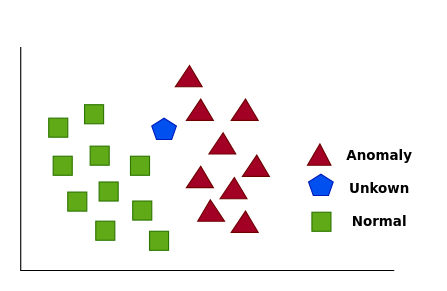
The draw.io diagram KNN.drawio in ChanumoluGayathri/System_Design, before the edit. Source tidied: cells renumbered, new cells numbered last; positions are measured from the earlier drawing's top-left corner, leaving out a move shared by most shapes. Both pictures are drawn from the tidied source at 112%, with x=0, y=0 at pixel (20, 47).
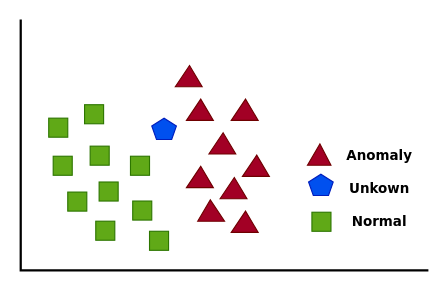
After the change.

Diff of the diagram source:
```diff
@@
-    <mxCell id="2" style="shape=partialRectangle;whiteSpace=wrap;html=1;bottom=0;right=0;fillColor=none;hachureGap=4;fontFamily=Architects Daughter;direction=north;" parent="1" vertex="1">
-      <mxGeometry width="333" height="199" as="geometry" />
+    <mxCell id="2" style="shape=partialRectangle;whiteSpace=wrap;html=1;bottom=0;right=0;fillColor=none;hachureGap=4;fontFamily=Architects Daughter;direction=north;strokeWidth=2;" parent="1" vertex="1">
+      <mxGeometry y="-24" width="363" height="223" as="geometry" />
     </mxCell>
```
